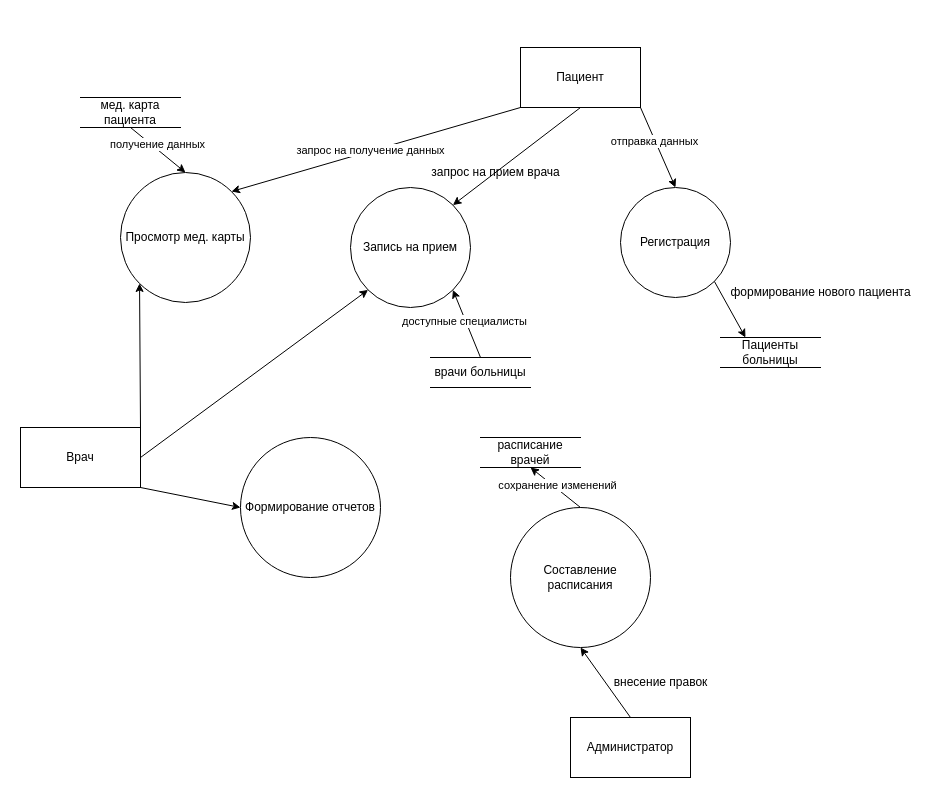
Earlier version of the draw.io diagram DFD1.drawio (kapec2303/kartinka). Source tidied: cells renumbered, new cells numbered last; positions are measured from the earlier drawing's top-left corner, leaving out a move shared by most shapes. Both pictures are drawn from the tidied source at 100%, with x=0, y=0 at pixel (20, 47).
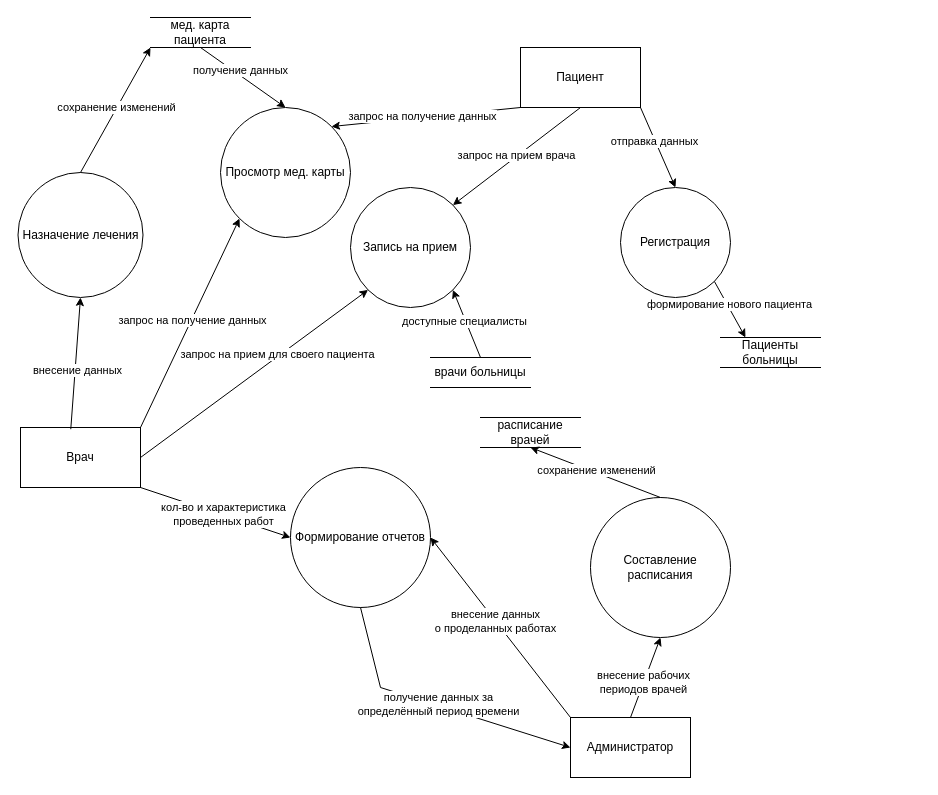
Above is the later version.

Unchanged cells that the change refers to:
```xml
<mxCell id="7" value="Администратор" style="rounded=0;whiteSpace=wrap;html=1;" parent="1" vertex="1">
  <mxGeometry x="550" y="670" width="120" height="60" as="geometry" />
</mxCell>
<mxCell id="8" value="Врач" style="rounded=0;whiteSpace=wrap;html=1;" parent="1" vertex="1">
  <mxGeometry y="380" width="120" height="60" as="geometry" />
</mxCell>
<mxCell id="12" style="endArrow=classic;html=1;rounded=0;exitX=0.5;exitY=1;exitDx=0;exitDy=0;entryX=1;entryY=0;entryDx=0;entryDy=0;" parent="1" edge="1" source="9" target="3">
  <mxGeometry relative="1" as="geometry" />
</mxCell>
<mxCell id="16" style="endArrow=classic;html=1;rounded=0;exitX=1;exitY=0.5;exitDx=0;exitDy=0;entryX=0;entryY=1;entryDx=0;entryDy=0;" parent="1" edge="1" source="8" target="3">
  <mxGeometry relative="1" as="geometry" />
</mxCell>
<mxCell id="17" style="endArrow=classic;html=1;rounded=0;exitX=1;exitY=1;exitDx=0;exitDy=0;entryX=0;entryY=0.5;entryDx=0;entryDy=0;" parent="1" edge="1" source="8" target="5">
  <mxGeometry relative="1" as="geometry" />
</mxCell>
<mxCell id="18" style="endArrow=classic;html=1;rounded=0;exitX=0.5;exitY=0;exitDx=0;exitDy=0;entryX=0.5;entryY=1;entryDx=0;entryDy=0;" parent="1" edge="1" source="7" target="6">
  <mxGeometry relative="1" as="geometry" />
</mxCell>
<mxCell id="20" style="endArrow=classic;html=1;rounded=0;exitX=1;exitY=1;exitDx=0;exitDy=0;entryX=0.25;entryY=0;entryDx=0;entryDy=0;" parent="1" edge="1" source="4" target="19">
  <mxGeometry relative="1" as="geometry" />
</mxCell>
```

The edit, as a diff of the source:
```diff
@@
     <mxCell id="2" value="Просмотр мед. карты" style="ellipse;whiteSpace=wrap;html=1;" parent="1" vertex="1">
-      <mxGeometry x="100" y="125" width="130" height="130" as="geometry" />
+      <mxGeometry x="200" y="60" width="130" height="130" as="geometry" />
     </mxCell>
@@
     <mxCell id="5" value="Формирование отчетов" style="ellipse;whiteSpace=wrap;html=1;" parent="1" vertex="1">
-      <mxGeometry x="220" y="390" width="140" height="140" as="geometry" />
+      <mxGeometry x="270" y="420" width="140" height="140" as="geometry" />
     </mxCell>
     <mxCell id="6" value="Составление расписания" style="ellipse;whiteSpace=wrap;html=1;" parent="1" vertex="1">
-      <mxGeometry x="490" y="460" width="140" height="140" as="geometry" />
+      <mxGeometry x="570" y="450" width="140" height="140" as="geometry" />
     </mxCell>
@@
+    <mxCell id="22" value="запрос на прием врача" style="edgeLabel;html=1;align=center;verticalAlign=middle;" parent="12" vertex="1">
+      <mxGeometry x="-0.01" y="-2" relative="1" as="geometry" />
+    </mxCell>
@@
-    <mxCell id="15" style="endArrow=classic;html=1;rounded=0;exitX=1;exitY=0;exitDx=0;exitDy=0;entryX=0;entryY=1;entryDx=0;entryDy=0;" parent="1" edge="1" source="8" target="2">
-      <mxGeometry relative="1" as="geometry" />
-    </mxCell>
@@
+    <mxCell id="33" value="запрос на прием для своего пациента" style="edgeLabel;html=1;align=center;verticalAlign=middle;" parent="16" vertex="1">
+      <mxGeometry x="0.21" y="2" relative="1" as="geometry" />
+    </mxCell>
@@
+    <mxCell id="34" value="кол-во и характеристика&lt;div&gt;проведенных работ&lt;/div&gt;" style="edgeLabel;html=1;align=center;verticalAlign=middle;" parent="17" vertex="1">
+      <mxGeometry x="0.1" y="1" relative="1" as="geometry" />
+    </mxCell>
@@
+    <mxCell id="35" value="внесение рабочих&lt;div&gt;периодов врачей&lt;/div&gt;" style="edgeLabel;html=1;align=center;verticalAlign=middle;" parent="18" vertex="1">
+      <mxGeometry x="-0.08" y="1" relative="1" as="geometry">
+        <mxPoint y="1" as="offset" />
+      </mxGeometry>
+    </mxCell>
@@
-    <mxCell id="21" value="формирование нового пациента" style="text;html=1;align=center;verticalAlign=middle;strokeColor=none;fillColor=none;" parent="1" vertex="1">
-      <mxGeometry x="700" y="230" width="200" height="30" as="geometry" />
+    <mxCell id="21" value="формирование нового пациента" style="edgeLabel;html=1;align=center;verticalAlign=middle;" parent="20" vertex="1">
+      <mxGeometry x="-0.16" y="2" relative="1" as="geometry" />
     </mxCell>
-    <mxCell id="22" value="запрос на прием врача" style="text;html=1;align=center;verticalAlign=middle;strokeColor=none;fillColor=none;" parent="1" vertex="1">
-      <mxGeometry x="400" y="110" width="150" height="30" as="geometry" />
-    </mxCell>
     <mxCell id="23" value="расписание врачей" style="html=1;dashed=0;whiteSpace=wrap;shape=partialRectangle;right=0;left=0;" parent="1" vertex="1">
-      <mxGeometry x="460" y="390" width="100" height="30" as="geometry" />
+      <mxGeometry x="460" y="370" width="100" height="30" as="geometry" />
     </mxCell>
-    <mxCell id="24" value="внесение правок" style="text;html=1;align=center;verticalAlign=middle;strokeColor=none;fillColor=none;" parent="1" vertex="1">
-      <mxGeometry x="580" y="620" width="120" height="30" as="geometry" />
-    </mxCell>
@@
     <mxCell id="28" value="мед. карта пациента" style="html=1;dashed=0;whiteSpace=wrap;shape=partialRectangle;right=0;left=0;" parent="1" vertex="1">
-      <mxGeometry x="60" y="50" width="100" height="30" as="geometry" />
+      <mxGeometry x="130" y="-30" width="100" height="30" as="geometry" />
     </mxCell>
@@
+    <mxCell id="15" style="endArrow=classic;html=1;rounded=0;exitX=1;exitY=0;exitDx=0;exitDy=0;entryX=0;entryY=1;entryDx=0;entryDy=0;" parent="1" edge="1" source="8" target="2">
+      <mxGeometry relative="1" as="geometry" />
+    </mxCell>
+    <mxCell id="36" value="запрос на получение данных" style="edgeLabel;html=1;align=center;verticalAlign=middle;" parent="15" vertex="1">
+      <mxGeometry x="0.04" relative="1" as="geometry">
+        <mxPoint y="1" as="offset" />
+      </mxGeometry>
+    </mxCell>
+    <mxCell id="37" value="Назначение лечения" style="shape=ellipse;html=1;dashed=0;whiteSpace=wrap;perimeter=ellipsePerimeter;" parent="1" vertex="1">
+      <mxGeometry x="-2.5" y="125" width="125" height="125" as="geometry" />
+    </mxCell>
+    <mxCell id="38" style="endArrow=classic;html=1;rounded=0;exitX=0.419;exitY=0.028;exitDx=0;exitDy=0;exitPerimeter=0;entryX=0.5;entryY=1;entryDx=0;entryDy=0;" parent="1" edge="1" source="8" target="37">
+      <mxGeometry relative="1" as="geometry" />
+    </mxCell>
+    <mxCell id="39" value="внесение данных" style="edgeLabel;html=1;align=center;verticalAlign=middle;" parent="38" vertex="1">
+      <mxGeometry x="-0.11" y="-2" relative="1" as="geometry" />
+    </mxCell>
+    <mxCell id="40" style="endArrow=classic;html=1;rounded=0;exitX=0.5;exitY=0;exitDx=0;exitDy=0;entryX=0;entryY=1;entryDx=0;entryDy=0;" parent="1" edge="1" source="37" target="28">
+      <mxGeometry relative="1" as="geometry" />
+    </mxCell>
+    <mxCell id="41" value="сохранение изменений" style="edgeLabel;html=1;align=center;verticalAlign=middle;" parent="40" vertex="1">
+      <mxGeometry x="0.05" y="1" relative="1" as="geometry" />
+    </mxCell>
+    <mxCell id="42" style="endArrow=classic;html=1;rounded=0;exitX=0;exitY=0;exitDx=0;exitDy=0;entryX=1;entryY=0.5;entryDx=0;entryDy=0;" parent="1" edge="1" source="7" target="5">
+      <mxGeometry relative="1" as="geometry" />
+    </mxCell>
+    <mxCell id="43" value="внесение данных&lt;div&gt;о проделанных работах&lt;/div&gt;" style="edgeLabel;html=1;align=center;verticalAlign=middle;" parent="42" vertex="1">
+      <mxGeometry x="0.08" relative="1" as="geometry">
+        <mxPoint y="1" as="offset" />
+      </mxGeometry>
+    </mxCell>
+    <mxCell id="44" style="endArrow=classic;html=1;rounded=0;exitX=0.5;exitY=1;exitDx=0;exitDy=0;entryX=0;entryY=0.5;entryDx=0;entryDy=0;" parent="1" edge="1" source="5" target="7">
+      <mxGeometry relative="1" as="geometry">
+        <Array as="points">
+          <mxPoint x="360" y="640" />
+        </Array>
+      </mxGeometry>
+    </mxCell>
+    <mxCell id="45" value="получение данных за&lt;div&gt;определённый период времени&lt;/div&gt;" style="edgeLabel;html=1;align=center;verticalAlign=middle;" parent="44" vertex="1">
+      <mxGeometry x="0.01" y="1" relative="1" as="geometry" />
+    </mxCell>
```
